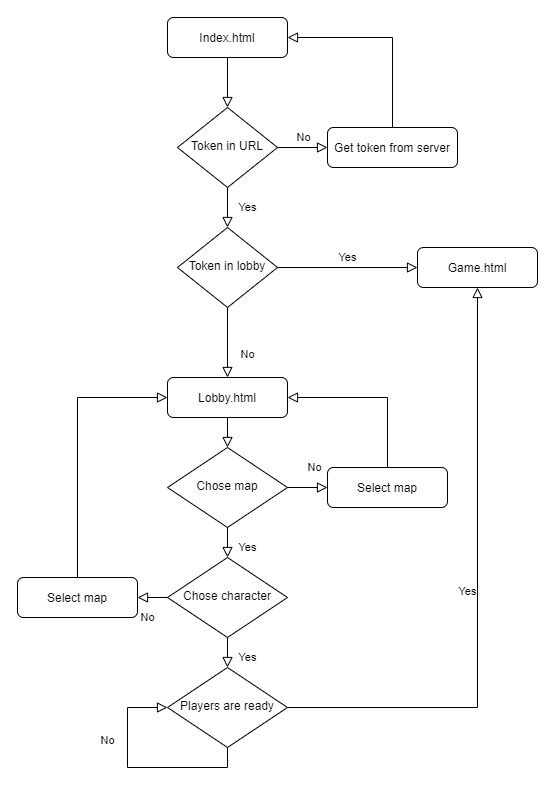
Above: docs/Router.png in Darderion/GoGo (draw.io), before the change. Source tidied: cells renumbered, new cells last; positions are measured from the earlier drawing's top-left corner, leaving out a move shared by most shapes.
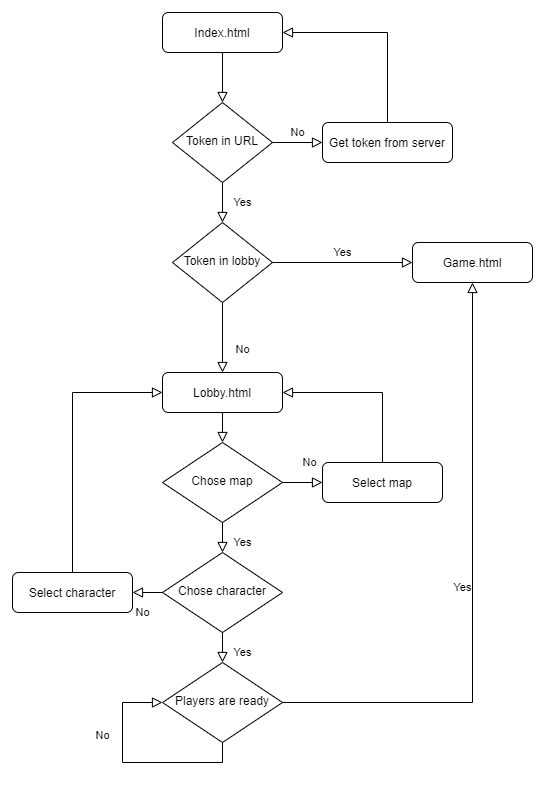
The same diagram one commit later.

Commit message:
Fixed typo in diagram

The edit, as a diff of the source:
```diff
@@ -53,7 +53,7 @@
     <mxCell id="18" value="Chose character" style="rhombus;whiteSpace=wrap;html=1;shadow=0;fontFamily=Helvetica;fontSize=12;align=center;strokeWidth=1;spacing=6;spacingTop=-4;" parent="1" vertex="1">
       <mxGeometry x="150" y="540" width="120" height="80" as="geometry" />
     </mxCell>
-    <mxCell id="19" value="Select map" style="rounded=1;whiteSpace=wrap;html=1;fontSize=12;glass=0;strokeWidth=1;shadow=0;" parent="1" vertex="1">
+    <mxCell id="19" value="Select character" style="rounded=1;whiteSpace=wrap;html=1;fontSize=12;glass=0;strokeWidth=1;shadow=0;" parent="1" vertex="1">
       <mxGeometry y="560" width="120" height="40" as="geometry" />
     </mxCell>
     <mxCell id="20" value="No" style="rounded=0;html=1;jettySize=auto;fontSize=11;endArrow=block;endFill=0;endSize=8;strokeWidth=1;shadow=0;labelBackgroundColor=none;edgeStyle=orthogonalEdgeStyle;exitX=0;exitY=0.5;exitDx=0;exitDy=0;entryX=1;entryY=0.5;entryDx=0;entryDy=0;" parent="1" edge="1" source="18" target="19">
```
